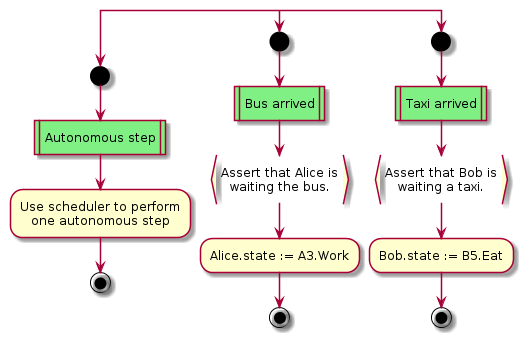
Before: figures/alice-bob-entrypoints.png, a diagram exported from PlantUML (totorigolo/master-thesis).
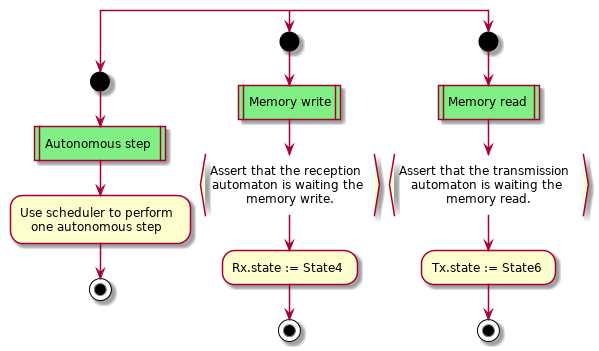
Above is the later version.

Commit message:
Removed Alice and Bob

What changed in the source:
```diff
@@ -1,4 +1,4 @@
-@startuml entrypoints
+@startuml alice-bob-entrypoints
 skinparam defaultTextAlignment center
 
 split
@@ -9,16 +9,16 @@
 
 split again
 start
-#80f085:Bus arrived|
-:Assert that Alice is\nwaiting the bus.}
-:Alice.state := A3.Work;
+#80f085:Memory write|
+:Assert that the reception\nautomaton is waiting the\nmemory write.}
+:Rx.state := State4;
 stop
 
 split again
 start
-#80f085:Taxi arrived|
-:Assert that Bob is\nwaiting a taxi.}
-:Bob.state := B5.Eat;
+#80f085:Memory read|
+:Assert that the transmission\nautomaton is waiting the\nmemory read.}
+:Tx.state := State6;
 stop
 
 end split
```
